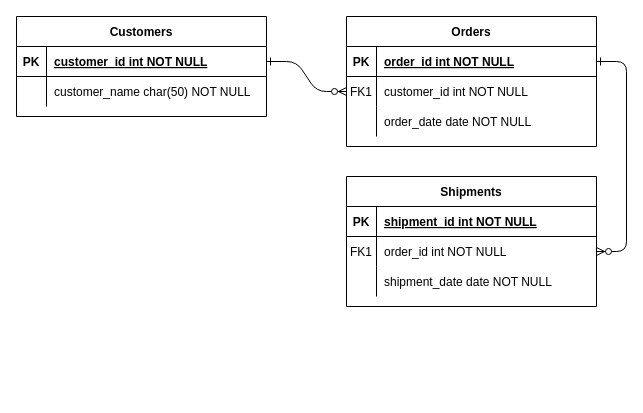
Before: ERDiagram.drawio in pranavn35/ProjectDiagrams, a draw.io diagram. Source tidied: cells renumbered, new cells numbered last; positions are measured from the earlier drawing's top-left corner, leaving out a move shared by most shapes. Both pictures are drawn from the tidied source at 100%, with x=0, y=0 at pixel (16, 16).
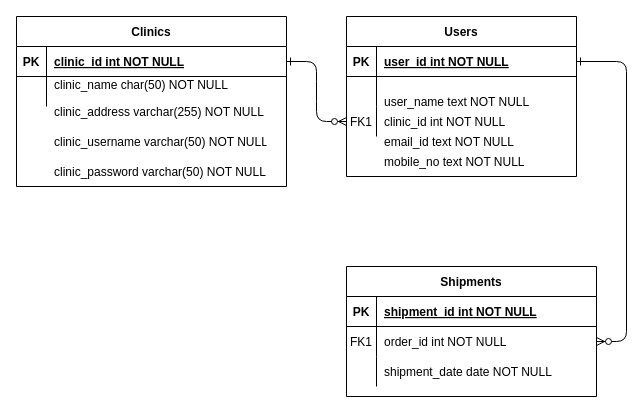
After the change.

Change to the diagram source:
```diff
@@
-    <mxCell id="4" value="Orders" style="shape=table;startSize=30;childLayout=tableLayout;rowLines=0;fontStyle=1;align=center;" parent="1" vertex="1">
-      <mxGeometry x="330" width="250" height="130" as="geometry" />
+    <mxCell id="4" value="Users" style="shape=table;startSize=30;childLayout=tableLayout;rowLines=0;fontStyle=1;align=center;fontColor=default;fillColor=default;strokeColor=default;" parent="1" vertex="1">
+      <mxGeometry x="330" width="230" height="160" as="geometry" />
     </mxCell>
-    <mxCell id="5" style="shape=partialRectangle;fillColor=none;points=[[0,0.5],[1,0.5]];portConstraint=eastwest;top=0;left=0;right=0;bottom=1;" parent="4" vertex="1">
-      <mxGeometry y="30" width="250" height="30" as="geometry" />
+    <mxCell id="5" style="shape=partialRectangle;fillColor=none;points=[[0,0.5],[1,0.5]];portConstraint=eastwest;top=0;left=0;right=0;bottom=1;fontColor=default;" parent="4" vertex="1">
+      <mxGeometry y="30" width="230" height="30" as="geometry" />
     </mxCell>
@@
-    <mxCell id="7" value="order_id int NOT NULL " style="shape=partialRectangle;overflow=hidden;fillColor=none;top=0;left=0;bottom=0;right=0;align=left;spacingLeft=6;fontStyle=5;" parent="5" vertex="1">
-      <mxGeometry x="30" width="220" height="30" as="geometry" />
+    <mxCell id="7" value="user_id int NOT NULL " style="shape=partialRectangle;overflow=hidden;fillColor=none;top=0;left=0;bottom=0;right=0;align=left;spacingLeft=6;fontStyle=5;fontColor=default;" parent="5" vertex="1">
+      <mxGeometry x="30" width="200" height="30" as="geometry" />
     </mxCell>
+    <mxCell id="11" style="shape=partialRectangle;fillColor=none;top=0;left=0;right=0;bottom=0;strokeColor=default;fontColor=default;" parent="4" vertex="1">
+      <mxGeometry y="60" width="230" height="30" as="geometry" />
+    </mxCell>
+    <mxCell id="12" style="shape=partialRectangle;overflow=hidden;fillColor=none;top=0;left=0;bottom=0;right=0;" parent="11" vertex="1">
+      <mxGeometry width="30" height="30" as="geometry" />
+    </mxCell>
+    <mxCell id="13" style="shape=partialRectangle;overflow=hidden;fillColor=none;top=0;left=0;bottom=0;right=0;align=left;spacingLeft=6;fontColor=default;strokeColor=default;" parent="11" vertex="1">
+      <mxGeometry x="30" width="200" height="30" as="geometry" />
+    </mxCell>
-    <mxCell id="8" style="shape=partialRectangle;fillColor=none;points=[[0,0.5],[1,0.5]];portConstraint=eastwest;top=0;left=0;right=0;bottom=0;" parent="4" vertex="1">
-      <mxGeometry y="60" width="250" height="30" as="geometry" />
+    <mxCell id="8" style="shape=partialRectangle;fillColor=none;points=[[0,0.5],[1,0.5]];portConstraint=eastwest;top=0;left=0;right=0;bottom=0;strokeColor=default;fontColor=default;" parent="4" vertex="1">
+      <mxGeometry y="90" width="230" height="30" as="geometry" />
     </mxCell>
@@
-    <mxCell id="10" value="customer_id int NOT NULL" style="shape=partialRectangle;overflow=hidden;fillColor=none;top=0;left=0;bottom=0;right=0;align=left;spacingLeft=6;" parent="8" vertex="1">
-      <mxGeometry x="30" width="220" height="30" as="geometry" />
+    <mxCell id="10" value="clinic_id int NOT NULL" style="shape=partialRectangle;overflow=hidden;fillColor=none;top=0;left=0;bottom=0;right=0;align=left;spacingLeft=6;fontColor=default;strokeColor=default;" parent="8" vertex="1">
+      <mxGeometry x="30" width="200" height="30" as="geometry" />
     </mxCell>
-    <mxCell id="11" style="shape=partialRectangle;fillColor=none;top=0;left=0;right=0;bottom=0;" parent="4" vertex="1">
-      <mxGeometry y="90" width="250" height="30" as="geometry" />
-    </mxCell>
-    <mxCell id="12" style="shape=partialRectangle;overflow=hidden;fillColor=none;top=0;left=0;bottom=0;right=0;" parent="11" vertex="1">
-      <mxGeometry width="30" height="30" as="geometry" />
-    </mxCell>
-    <mxCell id="13" value="order_date date NOT NULL" style="shape=partialRectangle;overflow=hidden;fillColor=none;top=0;left=0;bottom=0;right=0;align=left;spacingLeft=6;" parent="11" vertex="1">
-      <mxGeometry x="30" width="220" height="30" as="geometry" />
-    </mxCell>
-    <mxCell id="14" value="Shipments" style="shape=table;startSize=30;childLayout=tableLayout;rowLines=0;fontStyle=1;align=center;" parent="1" vertex="1">
-      <mxGeometry x="330" y="160" width="250" height="130" as="geometry" />
+    <mxCell id="14" value="Shipments" style="shape=table;startSize=30;childLayout=tableLayout;rowLines=0;fontStyle=1;align=center;fillColor=default;strokeColor=default;fontColor=default;" parent="1" vertex="1">
+      <mxGeometry x="330" y="250" width="250" height="130" as="geometry" />
     </mxCell>
@@
-    <mxCell id="21" style="shape=partialRectangle;fillColor=none;top=0;left=0;right=0;bottom=0;" parent="14" vertex="1">
+    <mxCell id="21" style="shape=partialRectangle;fillColor=none;top=0;left=0;right=0;bottom=0;strokeColor=default;fontColor=default;" parent="14" vertex="1">
       <mxGeometry y="90" width="250" height="30" as="geometry" />
     </mxCell>
@@
-    <mxCell id="23" value="shipment_date date NOT NULL" style="shape=partialRectangle;overflow=hidden;fillColor=none;top=0;left=0;bottom=0;right=0;align=left;spacingLeft=6;" parent="21" vertex="1">
+    <mxCell id="23" value="shipment_date date NOT NULL" style="shape=partialRectangle;overflow=hidden;fillColor=none;top=0;left=0;bottom=0;right=0;align=left;spacingLeft=6;strokeColor=default;fontColor=default;" parent="21" vertex="1">
       <mxGeometry x="30" width="220" height="30" as="geometry" />
     </mxCell>
-    <mxCell id="24" value="Customers" style="shape=table;startSize=30;childLayout=tableLayout;rowLines=0;fontStyle=1;align=center;" parent="1" vertex="1">
-      <mxGeometry width="250" height="100" as="geometry" />
+    <mxCell id="24" value="Clinics" style="shape=table;startSize=30;childLayout=tableLayout;rowLines=0;fontStyle=1;align=center;fontColor=default;fillColor=default;strokeColor=default;" parent="1" vertex="1">
+      <mxGeometry width="270" height="170" as="geometry" />
     </mxCell>
-    <mxCell id="25" style="shape=partialRectangle;fillColor=none;points=[[0,0.5],[1,0.5]];portConstraint=eastwest;top=0;left=0;right=0;bottom=1;" parent="24" vertex="1">
-      <mxGeometry y="30" width="250" height="30" as="geometry" />
+    <mxCell id="25" style="shape=partialRectangle;fillColor=none;points=[[0,0.5],[1,0.5]];portConstraint=eastwest;top=0;left=0;right=0;bottom=1;fontColor=default;" parent="24" vertex="1">
+      <mxGeometry y="30" width="270" height="30" as="geometry" />
     </mxCell>
@@
-    <mxCell id="27" value="customer_id int NOT NULL " style="shape=partialRectangle;overflow=hidden;fillColor=none;top=0;left=0;bottom=0;right=0;align=left;spacingLeft=6;fontStyle=5;" parent="25" vertex="1">
-      <mxGeometry x="30" width="220" height="30" as="geometry" />
+    <mxCell id="27" value="clinic_id int NOT NULL " style="shape=partialRectangle;overflow=hidden;fillColor=none;top=0;left=0;bottom=0;right=0;align=left;spacingLeft=6;fontStyle=5;fontColor=default;" parent="25" vertex="1">
+      <mxGeometry x="30" width="240" height="30" as="geometry" />
     </mxCell>
-    <mxCell id="28" style="shape=partialRectangle;fillColor=none;top=0;left=0;right=0;bottom=0;" parent="24" vertex="1">
-      <mxGeometry y="60" width="250" height="30" as="geometry" />
+    <mxCell id="28" style="shape=partialRectangle;fillColor=none;top=0;left=0;right=0;bottom=0;strokeColor=default;fontColor=default;" parent="24" vertex="1">
+      <mxGeometry y="60" width="270" height="30" as="geometry" />
     </mxCell>
@@
-    <mxCell id="30" value="customer_name char(50) NOT NULL" style="shape=partialRectangle;overflow=hidden;fillColor=none;top=0;left=0;bottom=0;right=0;align=left;spacingLeft=6;" parent="28" vertex="1">
-      <mxGeometry x="30" width="220" height="30" as="geometry" />
+    <mxCell id="30" value="clinic_name char(50) NOT NULL&#10;" style="shape=partialRectangle;overflow=hidden;fillColor=none;top=0;left=0;bottom=0;right=0;align=left;spacingLeft=6;fontColor=default;strokeColor=default;fontSize=12;" parent="28" vertex="1">
+      <mxGeometry x="30" width="240" height="30" as="geometry" />
     </mxCell>
+    <mxCell id="31" style="shape=partialRectangle;fillColor=none;top=0;left=0;right=0;bottom=0;strokeColor=default;fontColor=default;" parent="1" vertex="1">
+      <mxGeometry y="80" width="250" height="30" as="geometry" />
+    </mxCell>
+    <mxCell id="32" style="shape=partialRectangle;overflow=hidden;fillColor=none;top=0;left=0;bottom=0;right=0;" parent="31" vertex="1">
+      <mxGeometry width="30" height="30" as="geometry" />
+    </mxCell>
+    <mxCell id="33" value="clinic_address varchar(255) NOT NULL" style="shape=partialRectangle;overflow=hidden;fillColor=none;top=0;left=0;bottom=0;right=0;align=left;spacingLeft=6;fontColor=default;" parent="31" vertex="1">
+      <mxGeometry x="30" width="220" height="30" as="geometry" />
+    </mxCell>
+    <mxCell id="34" style="shape=partialRectangle;fillColor=none;top=0;left=0;right=0;bottom=0;strokeColor=default;fontColor=default;" parent="1" vertex="1">
+      <mxGeometry y="110" width="250" height="30" as="geometry" />
+    </mxCell>
+    <mxCell id="35" style="shape=partialRectangle;overflow=hidden;fillColor=none;top=0;left=0;bottom=0;right=0;" parent="34" vertex="1">
+      <mxGeometry width="30" height="30" as="geometry" />
+    </mxCell>
+    <mxCell id="36" value="clinic_username varchar(50) NOT NULL" style="shape=partialRectangle;overflow=hidden;fillColor=none;top=0;left=0;bottom=0;right=0;align=left;spacingLeft=6;fontColor=default;" parent="34" vertex="1">
+      <mxGeometry x="30" width="220" height="30" as="geometry" />
+    </mxCell>
+    <mxCell id="37" style="shape=partialRectangle;fillColor=none;top=0;left=0;right=0;bottom=0;strokeColor=default;fontColor=default;" parent="1" vertex="1">
+      <mxGeometry y="140" width="250" height="30" as="geometry" />
+    </mxCell>
+    <mxCell id="38" style="shape=partialRectangle;overflow=hidden;fillColor=none;top=0;left=0;bottom=0;right=0;" parent="37" vertex="1">
+      <mxGeometry width="30" height="30" as="geometry" />
+    </mxCell>
+    <mxCell id="39" value="clinic_password varchar(50) NOT NULL" style="shape=partialRectangle;overflow=hidden;fillColor=none;top=0;left=0;bottom=0;right=0;align=left;spacingLeft=6;fontColor=default;" parent="37" vertex="1">
+      <mxGeometry x="30" width="220" height="30" as="geometry" />
+    </mxCell>
+    <mxCell id="40" value="user_name text NOT NULL" style="shape=partialRectangle;overflow=hidden;fillColor=none;top=0;left=0;bottom=0;right=0;align=left;spacingLeft=6;strokeColor=default;fontColor=default;" parent="1" vertex="1">
+      <mxGeometry x="360" y="70" width="220" height="30" as="geometry" />
+    </mxCell>
+    <mxCell id="41" value="mobile_no text NOT NULL" style="shape=partialRectangle;overflow=hidden;fillColor=none;top=0;left=0;bottom=0;right=0;align=left;spacingLeft=6;strokeColor=default;fontColor=default;" parent="1" vertex="1">
+      <mxGeometry x="360" y="130" width="220" height="30" as="geometry" />
+    </mxCell>
+    <mxCell id="42" value="email_id text NOT NULL" style="shape=partialRectangle;overflow=hidden;fillColor=none;top=0;left=0;bottom=0;right=0;align=left;spacingLeft=6;strokeColor=default;fontColor=default;" parent="1" vertex="1">
+      <mxGeometry x="360" y="110" width="220" height="30" as="geometry" />
+    </mxCell>
```
